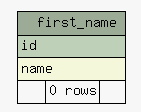
Before: osznconnection-db/doc/osznconnection/diagrams/summary/first_name.1degree.png, a diagram exported from Graphviz (complitex/svn_osznconnection). Its source is kept beside it as osznconnection-db/doc/osznconnection/diagrams/summary/first_name.1degree.dot. Source of this version:
```dot
digraph "first_name" {
  graph [
    rankdir="RL"
    bgcolor="#f7f7f7"
    nodesep="0.18"
    ranksep="0.46"
    fontname="Helvetica"
    fontsize="11"
  ];
  node [
    fontname="Helvetica"
    fontsize="11"
    shape="plaintext"
  ];
  edge [
    arrowsize="0.8"
  ];
  "first_name" [
    label=<
    <TABLE BORDER="0" CELLBORDER="1" CELLSPACING="0" BGCOLOR="#ffffff">
      <TR><TD COLSPAN="3" BGCOLOR="#9bab96" ALIGN="CENTER">first_name</TD></TR>
      <TR><TD PORT="id" COLSPAN="3" BGCOLOR="#bed1b8" ALIGN="LEFT">id</TD></TR>
      <TR><TD PORT="name" COLSPAN="3" BGCOLOR="#f4f7da" ALIGN="LEFT">name</TD></TR>
      <TR><TD ALIGN="LEFT" BGCOLOR="#f7f7f7">  </TD><TD ALIGN="RIGHT" BGCOLOR="#f7f7f7">0 rows</TD><TD ALIGN="RIGHT" BGCOLOR="#f7f7f7">  </TD></TR>
    </TABLE>>
    URL="tables/first_name.html"
    tooltip="first_name"
  ];
}
```
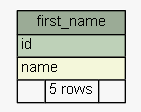
After the commit.

What changed in the source:
```diff
@@ -21,7 +21,7 @@
       <TR><TD COLSPAN="3" BGCOLOR="#9bab96" ALIGN="CENTER">first_name</TD></TR>
       <TR><TD PORT="id" COLSPAN="3" BGCOLOR="#bed1b8" ALIGN="LEFT">id</TD></TR>
       <TR><TD PORT="name" COLSPAN="3" BGCOLOR="#f4f7da" ALIGN="LEFT">name</TD></TR>
-      <TR><TD ALIGN="LEFT" BGCOLOR="#f7f7f7">  </TD><TD ALIGN="RIGHT" BGCOLOR="#f7f7f7">0 rows</TD><TD ALIGN="RIGHT" BGCOLOR="#f7f7f7">  </TD></TR>
+      <TR><TD ALIGN="LEFT" BGCOLOR="#f7f7f7">  </TD><TD ALIGN="RIGHT" BGCOLOR="#f7f7f7">5 rows</TD><TD ALIGN="RIGHT" BGCOLOR="#f7f7f7">  </TD></TR>
     </TABLE>>
     URL="tables/first_name.html"
     tooltip="first_name"
```
